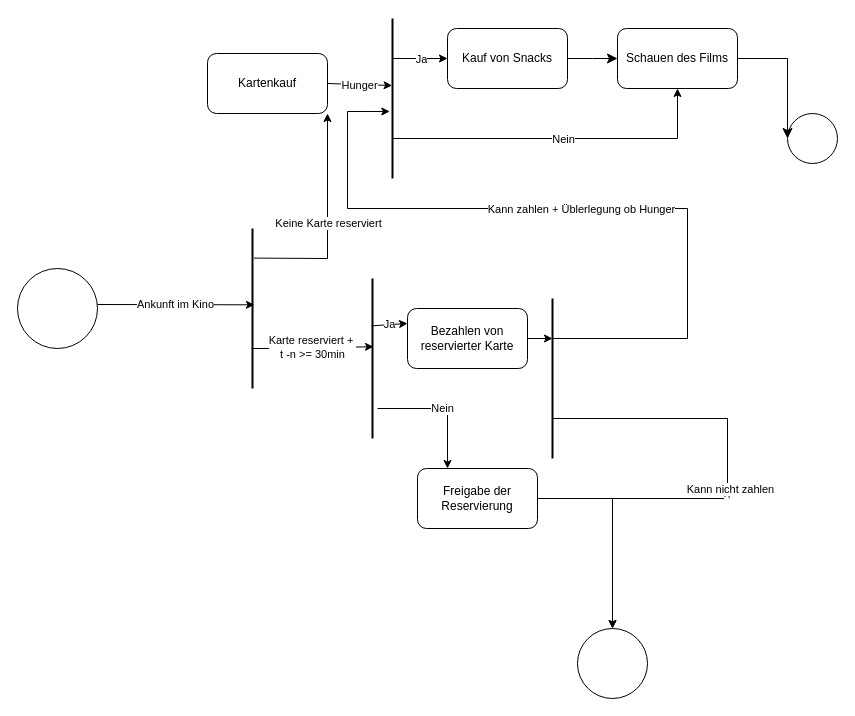
This is src/main/asciidoc/models/analysis/Aktivität/Kartenkauf.drawio from Leonard0108/Anwendungsprogrammierung, a draw.io file, before an edit. Source tidied: cells renumbered, new cells numbered last; positions are measured from the earlier drawing's top-left corner, leaving out a move shared by most shapes. Both pictures are drawn from the tidied source at 100%, with x=0, y=0 at pixel (17, 18).
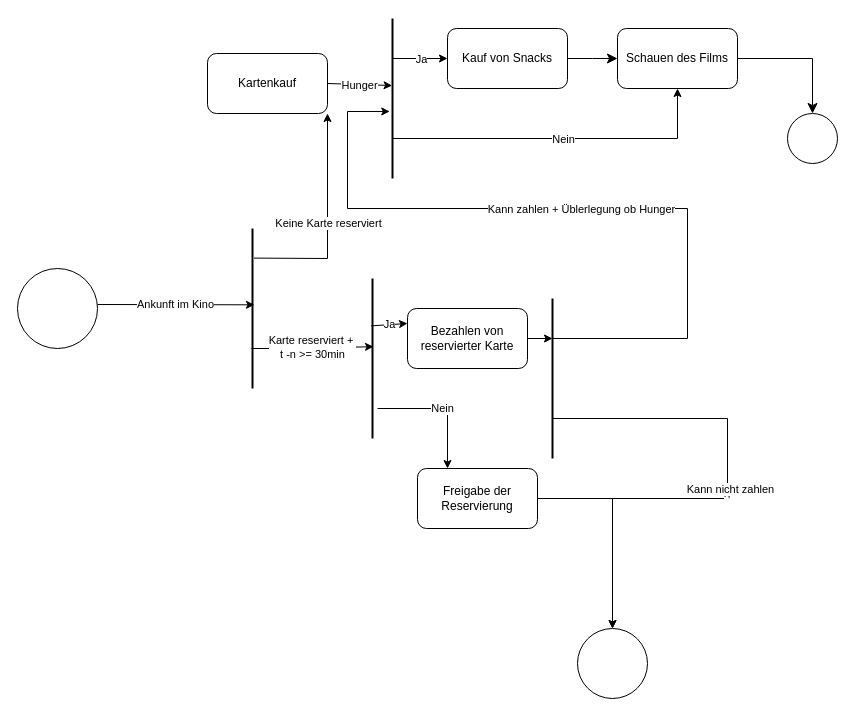
Above is the later version.

The change refers to these unchanged cells:
```xml
<mxCell id="4" value="Schauen des Films" style="rounded=1;whiteSpace=wrap;html=1;" parent="1" vertex="1">
  <mxGeometry x="600" y="10" width="120" height="60" as="geometry" />
</mxCell>
<mxCell id="5" style="ellipse;whiteSpace=wrap;html=1;" parent="1" vertex="1">
  <mxGeometry x="770" y="95" width="50" height="50" as="geometry" />
</mxCell>
```

The edit, as a diff of the source:
```diff
@@
-    <mxCell id="6" style="edgeStyle=segmentEdgeStyle;endArrow=classic;html=1;curved=0;rounded=0;endSize=8;startSize=8;exitX=1;exitY=0.5;exitDx=0;exitDy=0;entryX=0;entryY=0.5;entryDx=0;entryDy=0;" parent="1" edge="1" source="4" target="5">
+    <mxCell id="6" style="edgeStyle=segmentEdgeStyle;endArrow=classic;html=1;curved=0;rounded=0;endSize=8;startSize=8;exitX=1;exitY=0.5;exitDx=0;exitDy=0;entryX=0.5;entryY=0;entryDx=0;entryDy=0;" parent="1" edge="1" source="4" target="5">
       <mxGeometry relative="1" as="geometry" />
     </mxCell>
```
